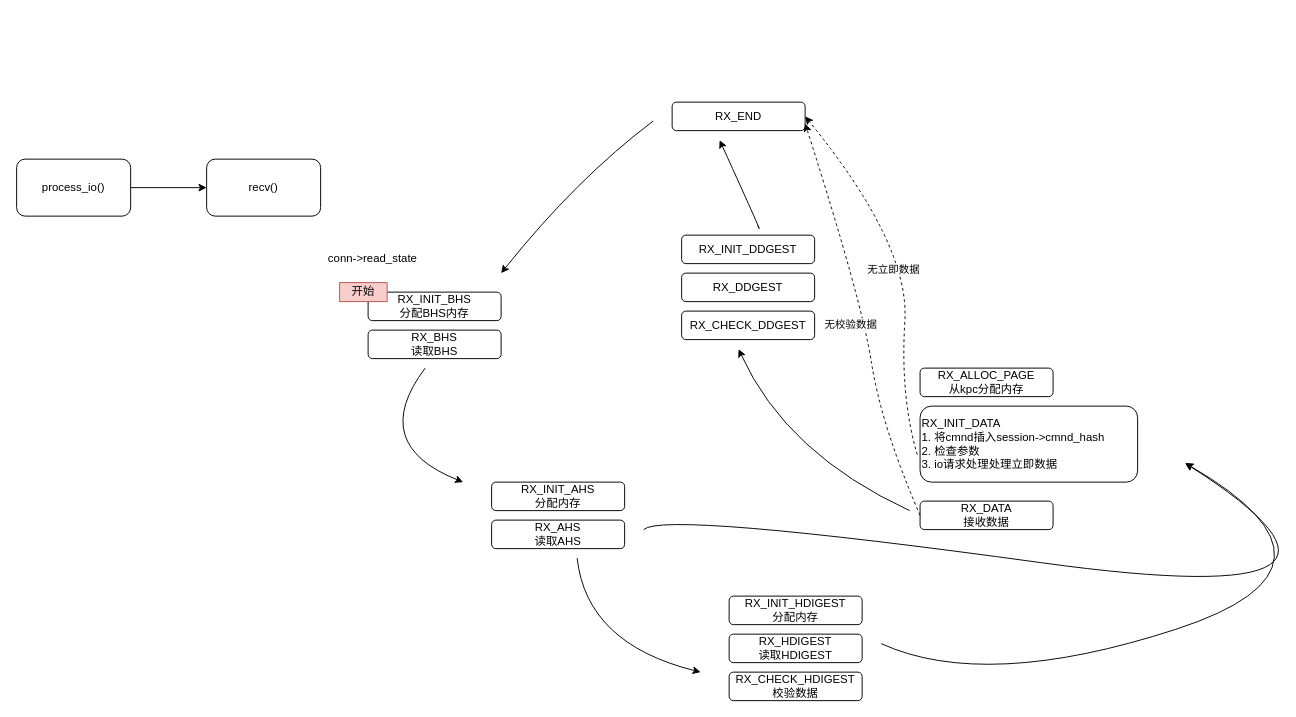
Before: Untitled Diagram.drawio in zhuxibrian/drawio, a draw.io diagram. Source tidied: cells renumbered, new cells numbered last; positions are measured from the earlier drawing's top-left corner, leaving out a move shared by most shapes. Both pictures are drawn from the tidied source at 95%, with x=0, y=0 at pixel (16, 102).
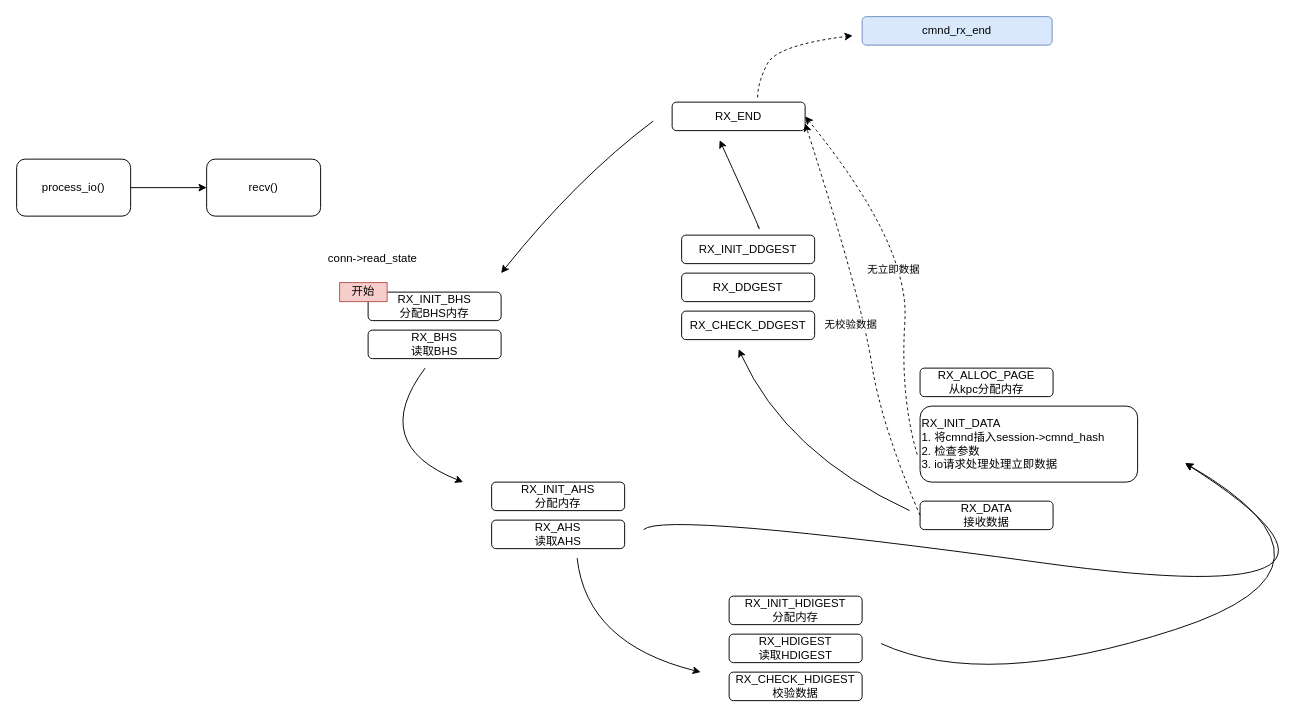
The same page after the edit.

Unchanged cells that the change refers to:
```xml
<mxCell id="25" value="RX_END" style="rounded=1;whiteSpace=wrap;html=1;" parent="1" vertex="1">
  <mxGeometry x="690" width="140" height="30" as="geometry" />
</mxCell>
```

Diff of the diagram source:
```diff
@@
+    <mxCell id="34" value="cmnd_rx_end" style="rounded=1;whiteSpace=wrap;html=1;fillColor=#dae8fc;strokeColor=#6c8ebf;" parent="1" vertex="1">
+      <mxGeometry x="890" y="-90" width="200" height="30" as="geometry" />
+    </mxCell>
+    <mxCell id="35" style="curved=1;endArrow=classic;html=1;rounded=0;dashed=1;exitX=0.643;exitY=-0.167;exitDx=0;exitDy=0;exitPerimeter=0;" parent="1" edge="1" source="25">
+      <mxGeometry relative="1" as="geometry">
+        <mxPoint x="880" y="-70" as="targetPoint" />
+        <Array as="points">
+          <mxPoint x="780" y="-20" />
+          <mxPoint x="800" y="-60" />
+        </Array>
+      </mxGeometry>
+    </mxCell>
```
